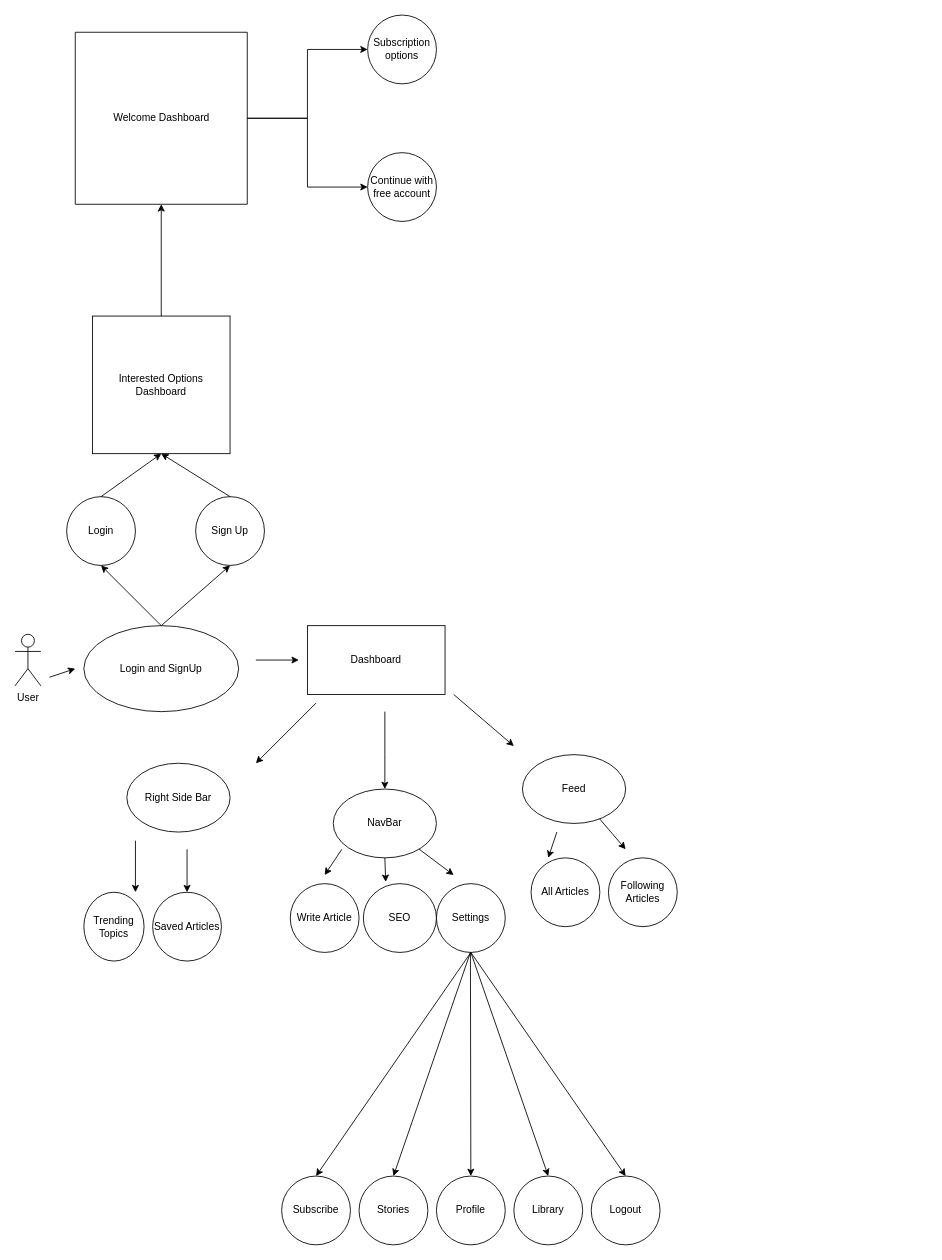
Above: Untitled Diagram.drawio in dhanush77777/MindScribe (draw.io), before the change. Source tidied: cells renumbered, new cells numbered last; positions are measured from the earlier drawing's top-left corner, leaving out a move shared by most shapes. Both pictures are drawn from the tidied source at 86%, with x=0, y=0 at pixel (15, 15).
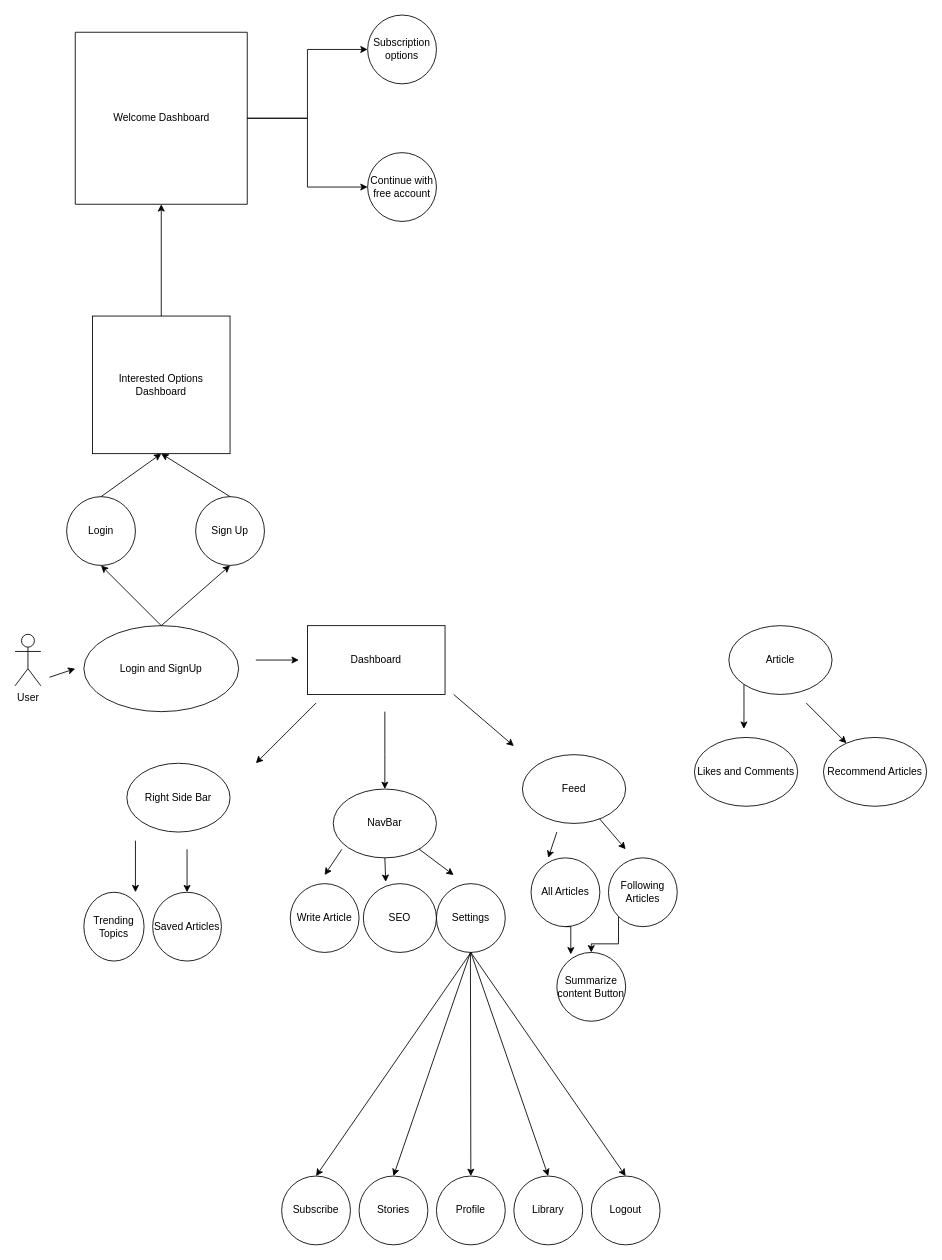
The same diagram, later.

Unchanged cells that the change refers to:
```xml
<mxCell id="26" value="All Articles" style="ellipse;whiteSpace=wrap;html=1;" parent="1" vertex="1">
  <mxGeometry x="600" y="980" width="80" height="80" as="geometry" />
</mxCell>
<mxCell id="27" value="Following Articles" style="ellipse;whiteSpace=wrap;html=1;" parent="1" vertex="1">
  <mxGeometry x="690" y="980" width="80" height="80" as="geometry" />
</mxCell>
```

What changed in the source:
```diff
@@
+    <mxCell id="54" style="edgeStyle=orthogonalEdgeStyle;rounded=0;jettySize=auto;html=1;exitX=0;exitY=1;exitDx=0;exitDy=0;entryX=0.5;entryY=0;entryDx=0;entryDy=0;" parent="1" edge="1" source="27" target="60">
+      <mxGeometry relative="1" as="geometry" />
+    </mxCell>
@@
+    <mxCell id="55" style="edgeStyle=orthogonalEdgeStyle;rounded=0;jettySize=auto;html=1;exitX=0;exitY=1;exitDx=0;exitDy=0;" parent="1" edge="1" source="56">
+      <mxGeometry relative="1" as="geometry">
+        <mxPoint x="847.5" y="830" as="targetPoint" />
+      </mxGeometry>
+    </mxCell>
+    <mxCell id="56" value="Article" style="ellipse;whiteSpace=wrap;html=1;" parent="1" vertex="1">
+      <mxGeometry x="830" y="710" width="120" height="80" as="geometry" />
+    </mxCell>
@@
+    <mxCell id="57" value="Likes and Comments" style="ellipse;whiteSpace=wrap;html=1;" parent="1" vertex="1">
+      <mxGeometry x="790" y="840" width="120" height="80" as="geometry" />
+    </mxCell>
@@
+    <mxCell id="58" value="Recommend Articles" style="ellipse;whiteSpace=wrap;html=1;" parent="1" vertex="1">
+      <mxGeometry x="940" y="840" width="120" height="80" as="geometry" />
+    </mxCell>
@@
+    <mxCell id="59" style="endArrow=classic;html=1;rounded=0;" parent="1" edge="1" target="58">
+      <mxGeometry relative="1" as="geometry">
+        <mxPoint x="920" y="800" as="sourcePoint" />
+      </mxGeometry>
+    </mxCell>
@@
+    <mxCell id="60" value="Summarize content Button" style="ellipse;whiteSpace=wrap;html=1;" parent="1" vertex="1">
+      <mxGeometry x="630" y="1090" width="80" height="80" as="geometry" />
+    </mxCell>
+    <mxCell id="61" style="edgeStyle=orthogonalEdgeStyle;rounded=0;jettySize=auto;html=1;exitX=0.5;exitY=1;exitDx=0;exitDy=0;entryX=0.203;entryY=0.028;entryDx=0;entryDy=0;entryPerimeter=0;" parent="1" edge="1" source="26" target="60">
+      <mxGeometry relative="1" as="geometry" />
+    </mxCell>
```
